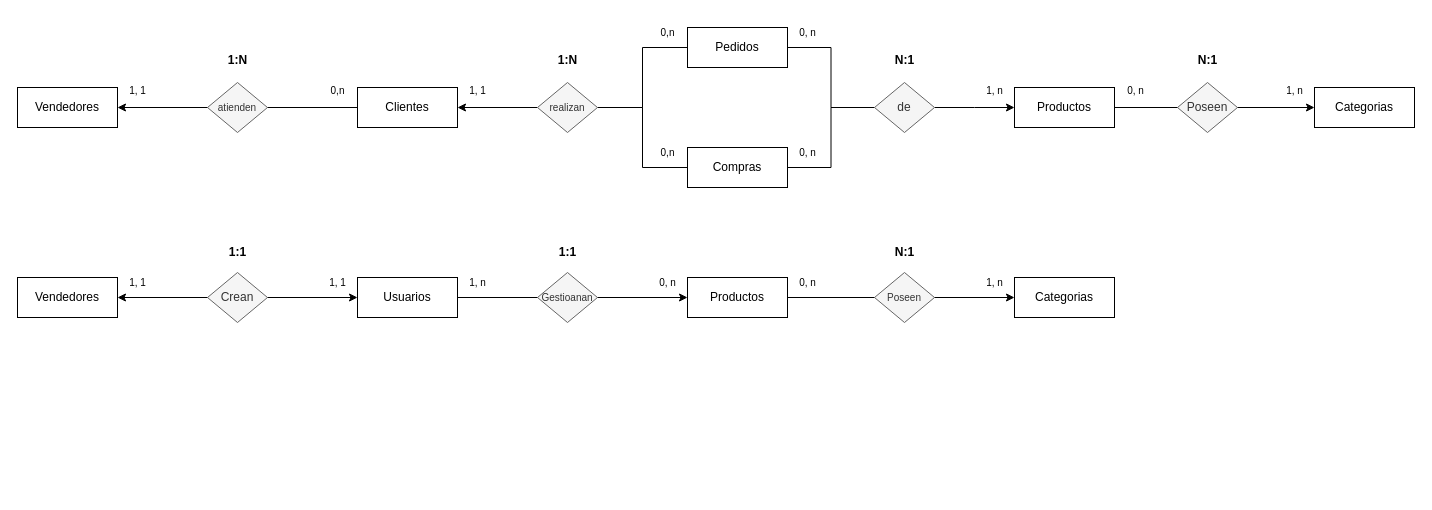
The draw.io diagram page "Modelo Entidad Relacion" (1 of 4) of TEG.drawio in AlbanyNVRodriguez/draw---diagrams, before the edit. Source tidied: cells renumbered, new cells numbered last; positions are measured from the earlier drawing's top-left corner, leaving out a move shared by most shapes. Both pictures are drawn from the tidied source at 100%, with x=0, y=0 at pixel (17, 17).
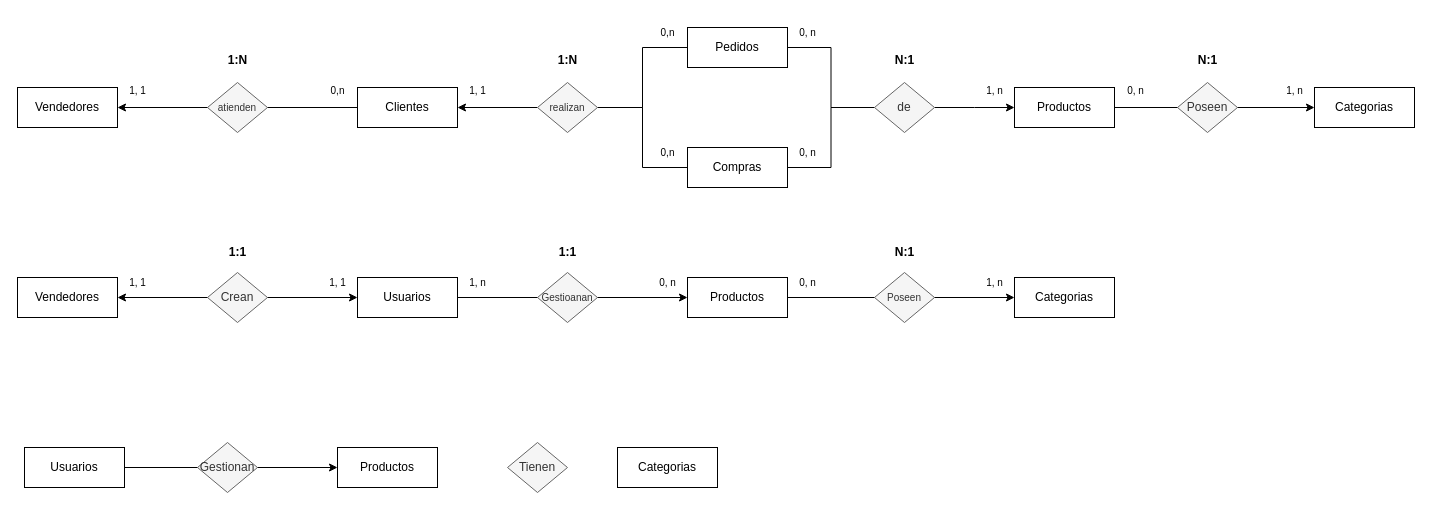
Above is the later version.

Diff of the diagram source:
```diff
@@
+    <mxCell id="53" style="edgeStyle=orthogonalEdgeStyle;rounded=0;jettySize=auto;html=1;" parent="1" edge="1" source="54" target="56">
+      <mxGeometry relative="1" as="geometry" />
+    </mxCell>
+    <mxCell id="54" value="Usuarios" style="whiteSpace=wrap;html=1;align=center;" parent="1" vertex="1">
+      <mxGeometry x="7" y="430" width="100" height="40" as="geometry" />
+    </mxCell>
+    <mxCell id="55" value="Gestionan" style="shape=rhombus;html=1;dashed=0;whiteSpace=wrap;perimeter=rhombusPerimeter;fontSize=12;fillColor=#f5f5f5;fontColor=#333333;strokeColor=#666666;" parent="1" vertex="1">
+      <mxGeometry x="180" y="425" width="60" height="50" as="geometry" />
+    </mxCell>
+    <mxCell id="56" value="Productos" style="whiteSpace=wrap;html=1;align=center;" parent="1" vertex="1">
+      <mxGeometry x="320" y="430" width="100" height="40" as="geometry" />
+    </mxCell>
+    <mxCell id="57" value="Tienen" style="shape=rhombus;html=1;dashed=0;whiteSpace=wrap;perimeter=rhombusPerimeter;fontSize=12;fillColor=#f5f5f5;fontColor=#333333;strokeColor=#666666;" parent="1" vertex="1">
+      <mxGeometry x="490" y="425" width="60" height="50" as="geometry" />
+    </mxCell>
+    <mxCell id="58" value="Categorias" style="whiteSpace=wrap;html=1;align=center;" parent="1" vertex="1">
+      <mxGeometry x="600" y="430" width="100" height="40" as="geometry" />
+    </mxCell>
```
